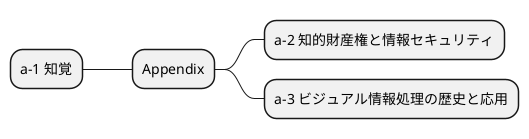
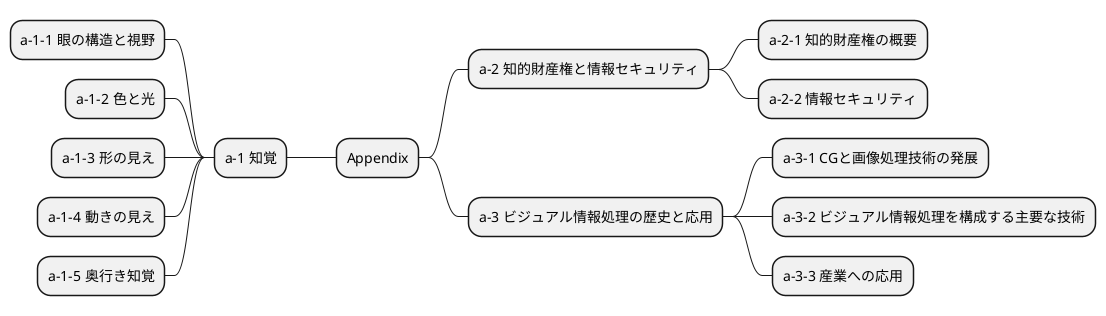
@startmindmap img_proc_basic_Appendix
+ Appendix
-- a-1 知覚
+ --- a-1-1 眼の構造と視野
+ --- a-1-2 色と光
+ --- a-1-3 形の見え
+ --- a-1-4 動きの見え
+ --- a-1-5 奥行き知覚
++ a-2 知的財産権と情報セキュリティ
+ +++ a-2-1 知的財産権の概要
+ +++ a-2-2 情報セキュリティ
++ a-3 ビジュアル情報処理の歴史と応用
+ +++ a-3-1 CGと画像処理技術の発展
+ +++ a-3-2 ビジュアル情報処理を構成する主要な技術
+ +++ a-3-3 産業への応用
@endmindmap
